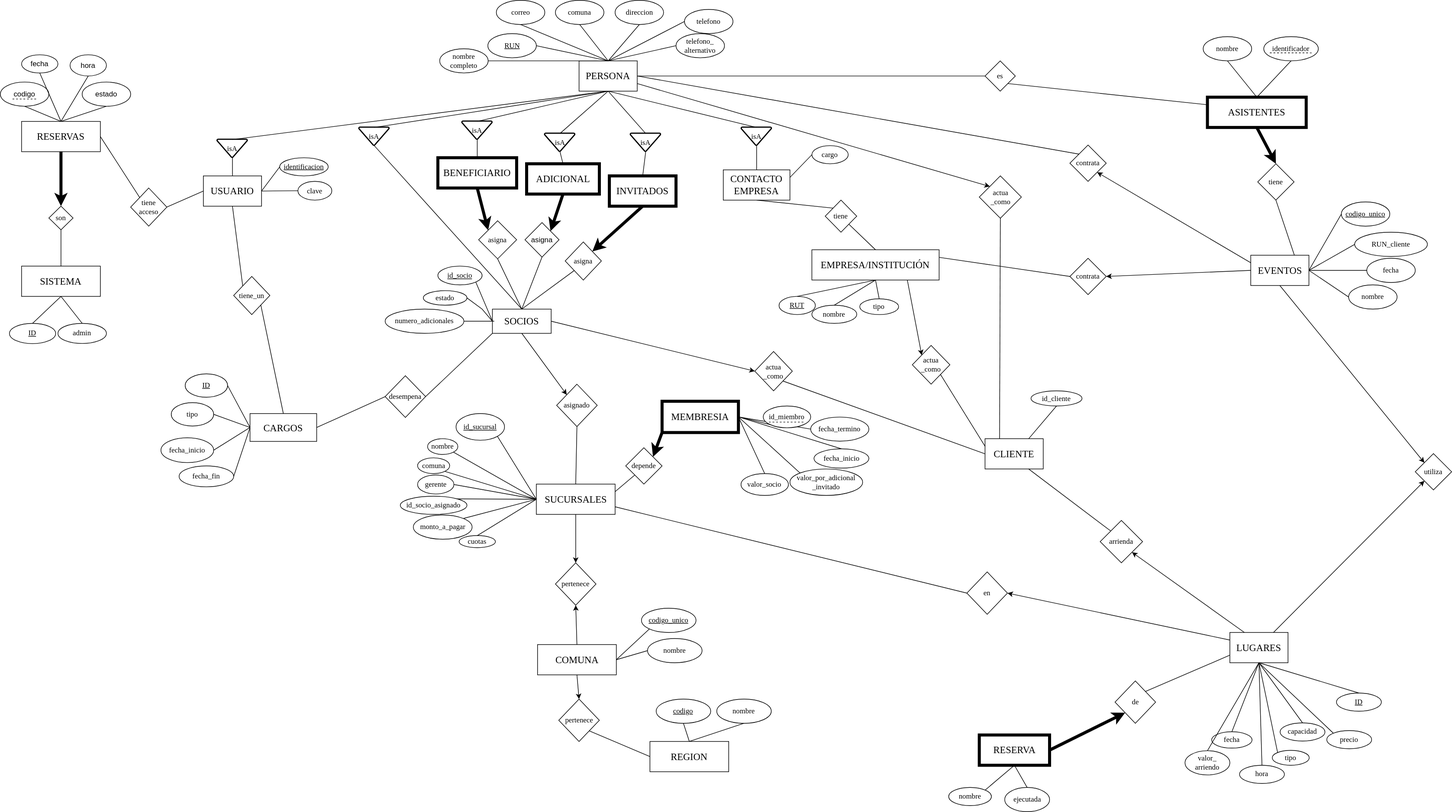
Earlier version of the draw.io export E1/ER-JOAB.drawio.svg (JoabVJ/IIC2413---Bases-de-Datos). Source tidied: cells renumbered, new cells last; positions are measured from the earlier drawing's top-left corner, leaving out a move shared by most shapes.
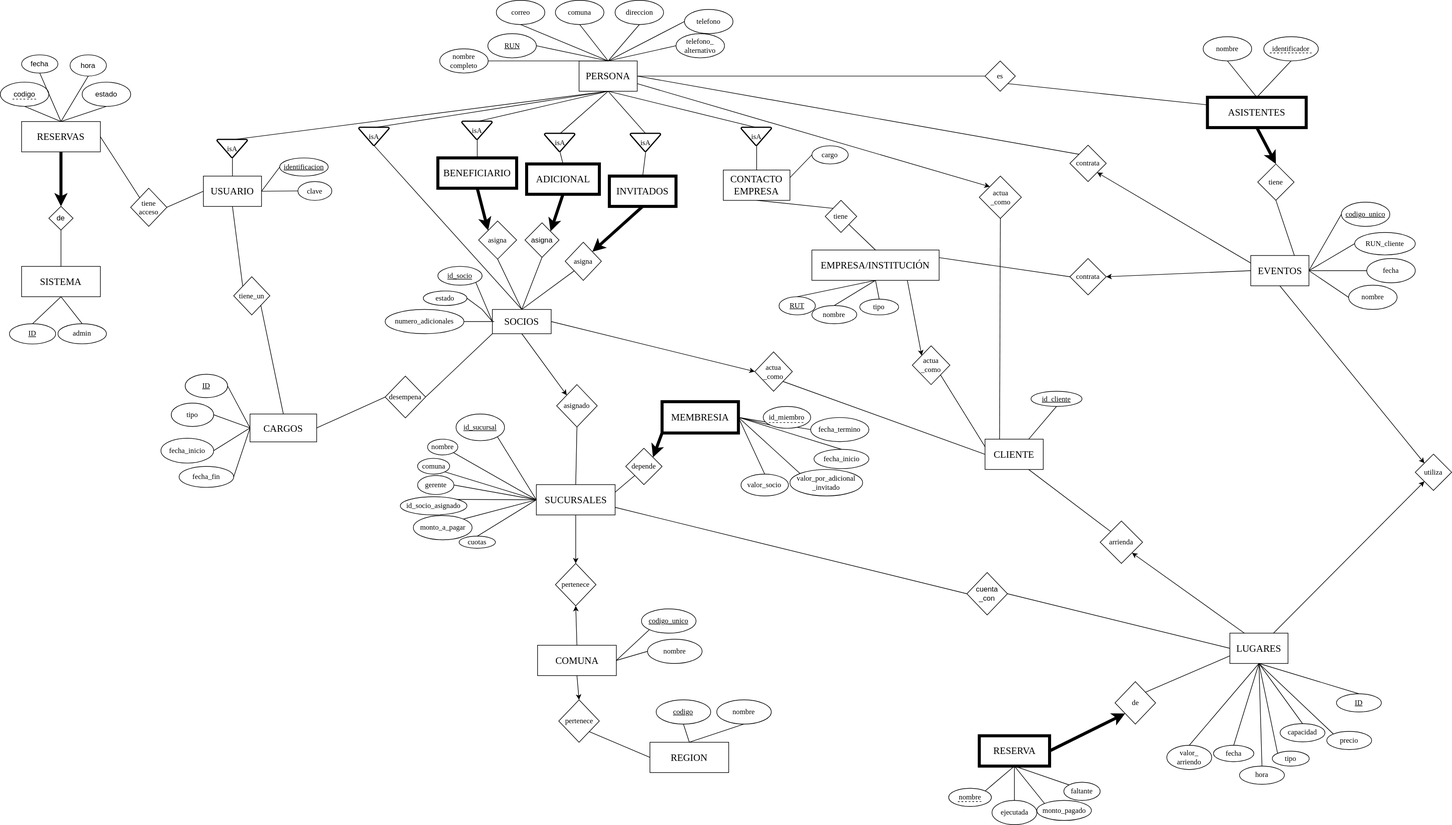
After the commit.

The edit, as a diff of the source:
```diff
@@ -227,10 +227,12 @@
     <mxCell id="75" style="endArrow=none;html=1;rounded=0;entryX=1;entryY=1;entryDx=0;entryDy=0;exitX=0;exitY=0.5;exitDx=0;exitDy=0;" parent="1" edge="1" source="56" target="74">
       <mxGeometry relative="1" as="geometry" />
     </mxCell>
-    <mxCell id="76" style="endArrow=none;html=1;rounded=0;entryX=1;entryY=0.75;entryDx=0;entryDy=0;exitX=0;exitY=0.5;exitDx=0;exitDy=0;" parent="1" edge="1" source="77" target="57">
-      <mxGeometry relative="1" as="geometry" />
+    <mxCell id="76" style="endArrow=none;html=1;rounded=0;entryX=1;entryY=0.75;entryDx=0;entryDy=0;" parent="1" edge="1" target="57">
+      <mxGeometry relative="1" as="geometry">
+        <mxPoint x="1595" y="979" as="sourcePoint" />
+      </mxGeometry>
     </mxCell>
-    <mxCell id="77" value="&lt;font face=&quot;Georgia&quot;&gt;en&lt;/font&gt;" style="rhombus;whiteSpace=wrap;html=1;" parent="1" vertex="1">
+    <mxCell id="77" value="cuenta&lt;div&gt;_con&lt;/div&gt;" style="rhombus;whiteSpace=wrap;html=1;" parent="1" vertex="1">
       <mxGeometry x="1595" y="944" width="67" height="70" as="geometry" />
     </mxCell>
     <mxCell id="78" value="&lt;font face=&quot;Georgia&quot;&gt;tipo&lt;/font&gt;" style="ellipse;whiteSpace=wrap;html=1;" parent="1" vertex="1">
@@ -249,7 +251,7 @@
       <mxGeometry x="2045" y="1263.3" width="74" height="30" as="geometry" />
     </mxCell>
     <mxCell id="83" value="&lt;font face=&quot;Georgia&quot;&gt;fecha&lt;/font&gt;" style="ellipse;whiteSpace=wrap;html=1;" parent="1" vertex="1">
-      <mxGeometry x="1999" y="1208" width="66.6" height="27" as="geometry" />
+      <mxGeometry x="2002" y="1229" width="66.6" height="27" as="geometry" />
     </mxCell>
     <mxCell id="84" style="endArrow=none;html=1;rounded=0;exitX=0.5;exitY=1;exitDx=0;exitDy=0;entryX=0.5;entryY=0;entryDx=0;entryDy=0;" parent="1" edge="1" source="29" target="83">
       <mxGeometry relative="1" as="geometry" />
@@ -264,7 +266,7 @@
       <mxGeometry x="2205" y="1144" width="74" height="30" as="geometry" />
     </mxCell>
     <mxCell id="88" value="&lt;font face=&quot;Georgia&quot;&gt;valor_&lt;/font&gt;&lt;div&gt;&lt;font face=&quot;Georgia&quot;&gt;arriendo&lt;/font&gt;&lt;/div&gt;" style="ellipse;whiteSpace=wrap;html=1;" parent="1" vertex="1">
-      <mxGeometry x="1955" y="1239.3" width="74" height="40" as="geometry" />
+      <mxGeometry x="1925" y="1229" width="74" height="40" as="geometry" />
     </mxCell>
     <mxCell id="89" style="endArrow=none;html=1;rounded=0;exitX=0.5;exitY=1;exitDx=0;exitDy=0;entryX=0.5;entryY=0;entryDx=0;entryDy=0;" parent="1" edge="1" source="29" target="88">
       <mxGeometry relative="1" as="geometry" />
@@ -344,9 +346,6 @@
     <mxCell id="113" value="&lt;font face=&quot;Georgia&quot;&gt;nombre&lt;/font&gt;" style="ellipse;whiteSpace=wrap;html=1;" parent="1" vertex="1">
       <mxGeometry x="1182.2" y="1154" width="90" height="40" as="geometry" />
     </mxCell>
-    <mxCell id="114" style="endArrow=classic;html=1;rounded=0;entryX=1;entryY=0.5;entryDx=0;entryDy=0;exitX=0;exitY=0.25;exitDx=0;exitDy=0;strokeColor=#000000;" parent="1" edge="1" source="29" target="77">
-      <mxGeometry relative="1" as="geometry" />
-    </mxCell>
     <mxCell id="115" style="endArrow=classic;html=1;rounded=0;exitX=0.5;exitY=1;exitDx=0;exitDy=0;entryX=0;entryY=0;entryDx=0;entryDy=0;" parent="1" edge="1" source="56" target="60">
       <mxGeometry relative="1" as="geometry" />
     </mxCell>
@@ -480,7 +479,7 @@
     <mxCell id="157" style="endArrow=classic;html=1;rounded=0;exitX=0.5;exitY=1;exitDx=0;exitDy=0;strokeWidth=5;entryX=0.5;entryY=0;entryDx=0;entryDy=0;" parent="1" edge="1" source="156" target="158">
       <mxGeometry relative="1" as="geometry" />
     </mxCell>
-    <mxCell id="158" value="&lt;font face=&quot;Georgia&quot;&gt;son&lt;/font&gt;" style="rhombus;whiteSpace=wrap;html=1;" parent="1" vertex="1">
+    <mxCell id="158" value="de" style="rhombus;whiteSpace=wrap;html=1;" parent="1" vertex="1">
       <mxGeometry x="80" y="340" width="40" height="39" as="geometry" />
     </mxCell>
     <mxCell id="159" style="endArrow=none;html=1;rounded=0;exitX=0.5;exitY=0;exitDx=0;exitDy=0;entryX=0.5;entryY=1;entryDx=0;entryDy=0;" parent="1" edge="1" source="151" target="158">
@@ -595,7 +594,7 @@
       <mxGeometry x="1615.5" y="1213.3" width="116" height="50" as="geometry" />
     </mxCell>
     <mxCell id="195" value="&lt;font face=&quot;Georgia&quot;&gt;ejecutada&lt;/font&gt;" style="ellipse;whiteSpace=wrap;html=1;" parent="1" vertex="1">
-      <mxGeometry x="1657.5" y="1300" width="74" height="40" as="geometry" />
+      <mxGeometry x="1636.5" y="1320" width="74" height="40" as="geometry" />
     </mxCell>
     <mxCell id="196" style="endArrow=none;html=1;rounded=0;entryX=0.5;entryY=1;entryDx=0;entryDy=0;exitX=0.5;exitY=0;exitDx=0;exitDy=0;" parent="1" edge="1" source="195" target="194">
       <mxGeometry relative="1" as="geometry" />
@@ -622,7 +621,7 @@
       <mxGeometry x="2255" y="426" width="80" height="40" as="geometry" />
     </mxCell>
     <mxCell id="204" value="&lt;font face=&quot;Georgia&quot;&gt;RUN_cliente&lt;/font&gt;" style="ellipse;whiteSpace=wrap;html=1;" parent="1" vertex="1">
-      <mxGeometry x="2235" y="383" width="120" height="40" as="geometry" />
+      <mxGeometry x="2235" y="383" width="100" height="37" as="geometry" />
     </mxCell>
     <mxCell id="205" style="endArrow=none;html=1;rounded=0;entryX=0;entryY=0;entryDx=0;entryDy=0;exitX=1;exitY=0.5;exitDx=0;exitDy=0;" parent="1" edge="1" source="2" target="200">
       <mxGeometry relative="1" as="geometry" />
@@ -639,7 +638,7 @@
     <mxCell id="209" style="endArrow=classic;html=1;rounded=0;entryX=1;entryY=1;entryDx=0;entryDy=0;exitX=0;exitY=0.25;exitDx=0;exitDy=0;" parent="1" edge="1" source="19" target="200">
       <mxGeometry relative="1" as="geometry" />
     </mxCell>
-    <mxCell id="210" value="&lt;font face=&quot;Georgia&quot;&gt;id_cliente&lt;/font&gt;" style="ellipse;whiteSpace=wrap;html=1;" parent="1" vertex="1">
+    <mxCell id="210" value="&lt;font face=&quot;Georgia&quot;&gt;&lt;u&gt;id_cliente&lt;/u&gt;&lt;/font&gt;" style="ellipse;whiteSpace=wrap;html=1;" parent="1" vertex="1">
       <mxGeometry x="1700.9" y="645" width="84.1" height="25" as="geometry" />
     </mxCell>
     <mxCell id="211" style="endArrow=none;html=1;rounded=0;entryX=0.75;entryY=0;entryDx=0;entryDy=0;exitX=0.5;exitY=1;exitDx=0;exitDy=0;" parent="1" edge="1" source="210" target="37">
@@ -705,5 +704,26 @@
     <mxCell id="229" style="endArrow=none;html=1;rounded=0;entryX=0.5;entryY=0;entryDx=0;entryDy=0;exitX=0.5;exitY=1;exitDx=0;exitDy=0;" parent="1" edge="1" source="228" target="156">
       <mxGeometry relative="1" as="geometry" />
     </mxCell>
+    <mxCell id="230" style="endArrow=none;dashed=1;html=1;rounded=0;" parent="1" edge="1">
+      <mxGeometry relative="1" as="geometry">
+        <mxPoint x="1580" y="1322" as="sourcePoint" />
+        <mxPoint x="1620" y="1321.6" as="targetPoint" />
+      </mxGeometry>
+    </mxCell>
+    <mxCell id="231" value="&lt;font face=&quot;Georgia&quot;&gt;monto_pagado&lt;/font&gt;" style="ellipse;whiteSpace=wrap;html=1;" parent="1" vertex="1">
+      <mxGeometry x="1710.5" y="1320" width="90" height="33" as="geometry" />
+    </mxCell>
+    <mxCell id="232" style="endArrow=none;html=1;rounded=0;entryX=0.5;entryY=1;entryDx=0;entryDy=0;exitX=0;exitY=0;exitDx=0;exitDy=0;" parent="1" edge="1" source="231" target="194">
+      <mxGeometry relative="1" as="geometry" />
+    </mxCell>
+    <mxCell id="233" style="endArrow=none;html=1;rounded=0;entryX=0.5;entryY=1;entryDx=0;entryDy=0;exitX=0;exitY=0;exitDx=0;exitDy=0;" parent="1" edge="1" source="234" target="194">
+      <mxGeometry relative="1" as="geometry" />
+    </mxCell>
+    <mxCell id="234" value="&lt;font face=&quot;Georgia&quot;&gt;faltante&lt;/font&gt;" style="ellipse;whiteSpace=wrap;html=1;" parent="1" vertex="1">
+      <mxGeometry x="1755" y="1290" width="60" height="30" as="geometry" />
+    </mxCell>
+    <mxCell id="114" style="endArrow=none;html=1;rounded=0;entryX=1;entryY=0.5;entryDx=0;entryDy=0;exitX=0;exitY=0.5;exitDx=0;exitDy=0;" parent="1" edge="1" source="29" target="77">
+      <mxGeometry relative="1" as="geometry" />
+    </mxCell>
   </root>
 </mxGraphModel>
```
